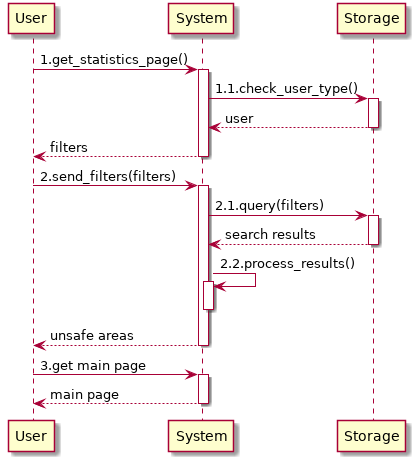
This is RASD/images/useCases/information_mining.png from GiorgioUghini/SafeStreets, a PlantUML export, as it was before one commit.
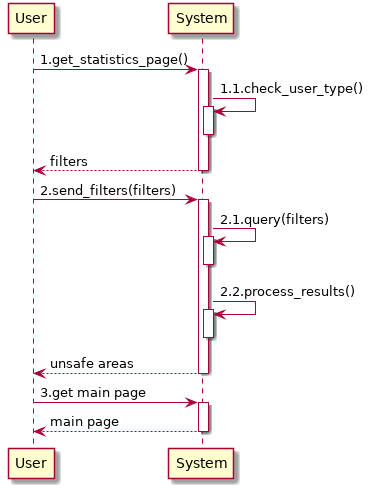
The same file after the commit.

The edit, as a diff of the source:
```diff
@@ -1,17 +1,16 @@
 @startuml information_mining
     participant User as U
     participant System as S
-    participant Storage as ST
 
     autoactivate on
 
     U -> S: 1.get_statistics_page()
-    S -> ST: 1.1.check_user_type()
-    return user
+    S -> S: 1.1.check_user_type()
+    deactivate S
     return filters
     U -> S: 2.send_filters(filters)
-    S -> ST: 2.1.query(filters)
-    return search results
+    S -> S: 2.1.query(filters)
+    deactivate S
     S -> S: 2.2.process_results()
     deactivate S
     return unsafe areas
```
